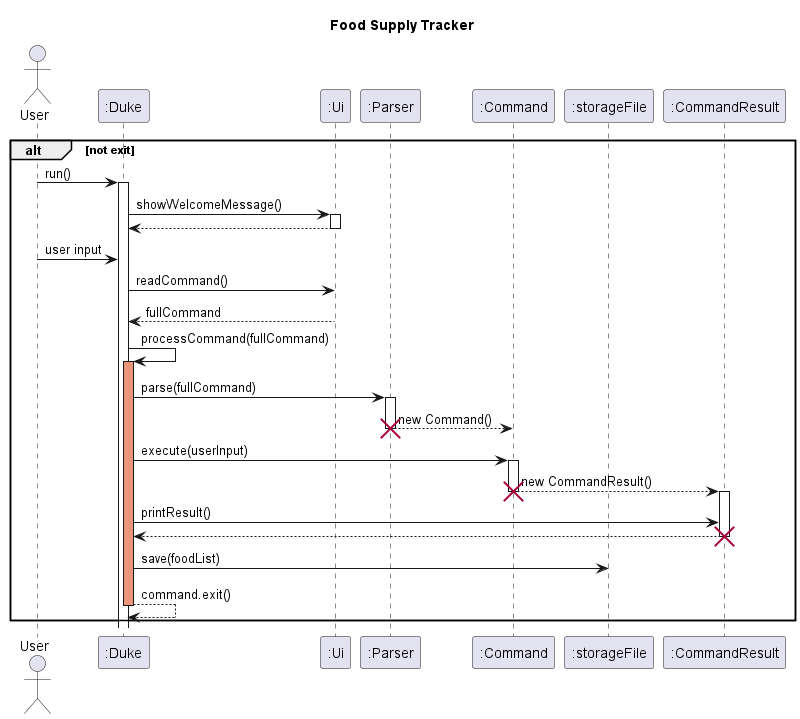
tsx0314/tp keeps this PlantUML diagram as docs/images/SequenceDiagram-Food_Supply_Tracker.png. Above is the earlier version. Its diagram source:
```plantuml
@startuml
title Food Supply Tracker

actor User
participant ":Duke"
participant ":Ui"
participant ":Parser"
participant ":Command"
participant ":storageFile"

alt not exit
User -> ":Duke": run()
activate ":Duke"
":Duke" -> ":Ui": showWelcomeMessage()
activate ":Ui"
":Ui" --> ":Duke":
deactivate ":Ui"
User -> ":Duke": user input
":Duke" -> ":Ui": readCommand()
":Ui" --> ":Duke":fullCommand

":Duke" -> ":Duke": processCommand(fullCommand)
activate ":Duke" #DarkSalmon
":Duke" -> ":Parser" : parse(fullCommand)
activate ":Parser"
":Parser" --> ":Command": new Command()
deactivate ":Parser"
destroy ":Parser"
":Duke" -> ":Command": execute(userInput)
activate ":Command"

participant ":CommandResult"
":Command" --> ":CommandResult": new CommandResult()
deactivate ":Command"
destroy ":Command"
activate ":CommandResult"
":Duke"->":CommandResult": printResult()
":CommandResult" --> ":Duke"
deactivate ":CommandResult"
destroy  ":CommandResult"
":Duke" -> ":storageFile": save(foodList)
":Duke" --> ":Duke": command.exit()
deactivate ":Duke"


end

@enduml
```
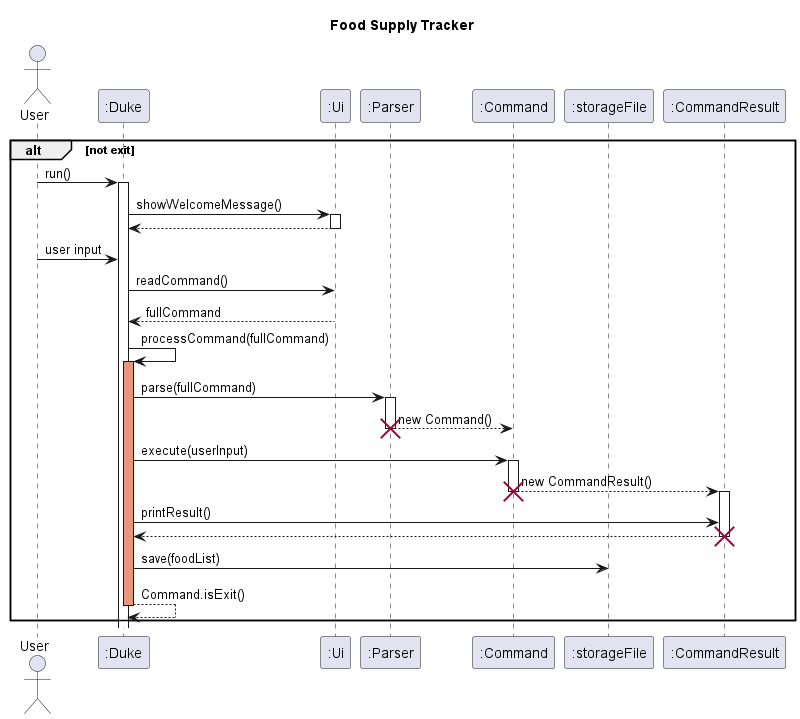
After the change.

Commit message:
Update sequence diagram

The edit, as a diff of the source:
```diff
@@ -39,10 +39,7 @@
 deactivate ":CommandResult"
 destroy  ":CommandResult"
 ":Duke" -> ":storageFile": save(foodList)
-":Duke" --> ":Duke": command.exit()
+":Duke" --> ":Duke": Command.isExit()
 deactivate ":Duke"
-
-
 end
-
 @enduml
```
